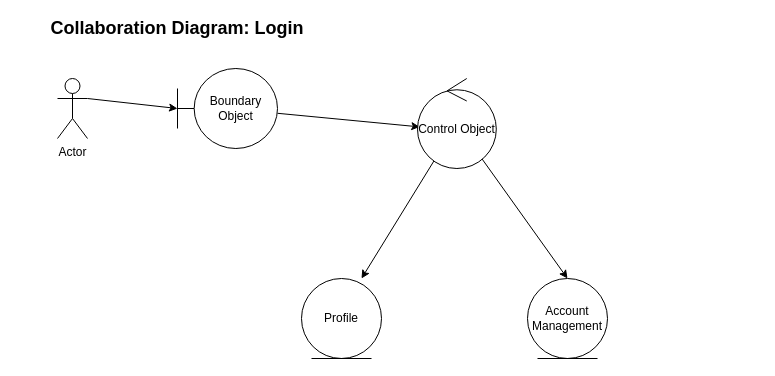
Before: page "Login" (2 of 2) of Collaboration Diagram.drawio in astrrr/Right-posture, a draw.io diagram. Source tidied: cells renumbered, new cells numbered last; positions are measured from the earlier drawing's top-left corner, leaving out a move shared by most shapes. Both pictures are drawn from the tidied source at 100%, with x=0, y=0 at pixel (17, 18).
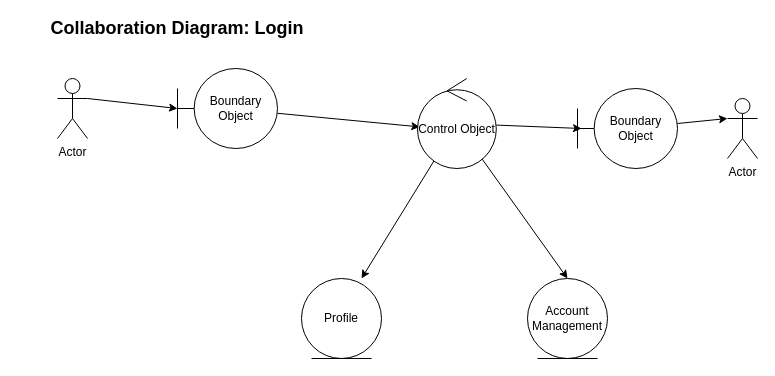
Above is the later version.

What changed in the source:
```diff
@@
 <mxGraphModel>
   <root>
     <mxCell id="0" />
     <mxCell id="1" parent="0" />
     <mxCell id="2" style="edgeStyle=none;rounded=0;jettySize=auto;html=1;exitX=1;exitY=0.3333333333333333;exitDx=0;exitDy=0;exitPerimeter=0;entryX=0;entryY=0.5;entryDx=0;entryDy=0;entryPerimeter=0;" parent="1" edge="1" source="3" target="5">
       <mxGeometry relative="1" as="geometry" />
     </mxCell>
     <mxCell id="3" value="Actor" style="shape=umlActor;verticalLabelPosition=bottom;verticalAlign=top;html=1;" parent="1" vertex="1">
       <mxGeometry x="40" y="60" width="30" height="60" as="geometry" />
     </mxCell>
     <mxCell id="4" style="edgeStyle=none;rounded=0;jettySize=auto;html=1;entryX=0.029;entryY=0.538;entryDx=0;entryDy=0;entryPerimeter=0;" parent="1" edge="1" source="5" target="8">
       <mxGeometry relative="1" as="geometry" />
     </mxCell>
     <mxCell id="5" value="Boundary Object" style="shape=umlBoundary;whiteSpace=wrap;html=1;" parent="1" vertex="1">
       <mxGeometry x="160" y="50" width="100" height="80" as="geometry" />
     </mxCell>
     <mxCell id="6" style="edgeStyle=none;rounded=0;jettySize=auto;html=1;entryX=0.75;entryY=0;entryDx=0;entryDy=0;entryPerimeter=0;" parent="1" edge="1" source="8" target="9">
       <mxGeometry relative="1" as="geometry" />
     </mxCell>
     <mxCell id="7" style="edgeStyle=none;rounded=0;jettySize=auto;html=1;entryX=0.5;entryY=0;entryDx=0;entryDy=0;" parent="1" edge="1" source="8" target="11">
       <mxGeometry relative="1" as="geometry" />
     </mxCell>
+    <mxCell id="12" style="rounded=0;jettySize=auto;html=1;entryX=0.04;entryY=0.5;entryDx=0;entryDy=0;entryPerimeter=0;" parent="1" edge="1" source="8" target="14">
+      <mxGeometry relative="1" as="geometry" />
+    </mxCell>
     <mxCell id="8" value="Control Object" style="ellipse;shape=umlControl;whiteSpace=wrap;html=1;" parent="1" vertex="1">
       <mxGeometry x="400" y="60" width="78.8" height="90" as="geometry" />
     </mxCell>
     <mxCell id="9" value="Profile" style="ellipse;shape=umlEntity;whiteSpace=wrap;html=1;" parent="1" vertex="1">
       <mxGeometry x="284" y="260" width="80" height="80" as="geometry" />
     </mxCell>
     <mxCell id="10" value="&lt;b&gt;&lt;font style=&quot;font-size: 18px&quot;&gt;Collaboration Diagram: Login&lt;/font&gt;&lt;/b&gt;" style="text;html=1;strokeColor=none;fillColor=none;align=center;verticalAlign=middle;whiteSpace=wrap;rounded=0;" parent="1" vertex="1">
       <mxGeometry width="320" height="20" as="geometry" />
     </mxCell>
     <mxCell id="11" value="Account Management" style="ellipse;shape=umlEntity;whiteSpace=wrap;html=1;" parent="1" vertex="1">
       <mxGeometry x="510" y="260" width="80" height="80" as="geometry" />
     </mxCell>
+    <mxCell id="13" style="edgeStyle=none;rounded=0;jettySize=auto;html=1;entryX=0;entryY=0.3333333333333333;entryDx=0;entryDy=0;entryPerimeter=0;" parent="1" edge="1" source="14" target="15">
+      <mxGeometry relative="1" as="geometry" />
+    </mxCell>
+    <mxCell id="14" value="Boundary Object" style="shape=umlBoundary;whiteSpace=wrap;html=1;" parent="1" vertex="1">
+      <mxGeometry x="560" y="70" width="100" height="80" as="geometry" />
+    </mxCell>
+    <mxCell id="15" value="Actor" style="shape=umlActor;verticalLabelPosition=bottom;verticalAlign=top;html=1;" parent="1" vertex="1">
+      <mxGeometry x="710" y="80" width="30" height="60" as="geometry" />
+    </mxCell>
   </root>
 </mxGraphModel>
```
